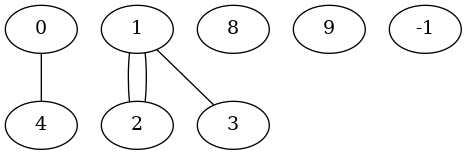
The Graphviz diagram saida.dot.2.png in Luiz-Oliveiraa/projeto_Grafos, before a commit. Its source is kept beside it as saida.dot.
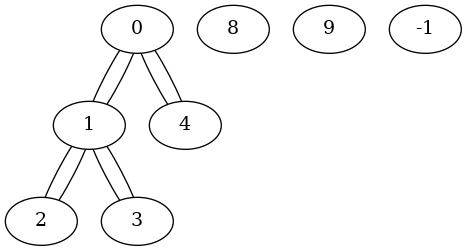
After the change.

Diff of the diagram source:
```diff
@@ -21,8 +21,8 @@
 }
 graph grafo{
 	1[label="0"]
-	2[label="4"]
-	3[label="1"]
+	2[label="1"]
+	3[label="4"]
 	4[label="2"]
 	5[label="3"]
 	6[label="8"]
@@ -30,9 +30,13 @@
 	8[label="-1"]
 
 	1 -- 2
-	3 -- 4
-	3 -- 4
-	3 -- 5
+	1 -- 3
+	1 -- 2
+	1 -- 3
+	2 -- 4
+	2 -- 5
+	2 -- 4
+	2 -- 5
 
 }
 
```
